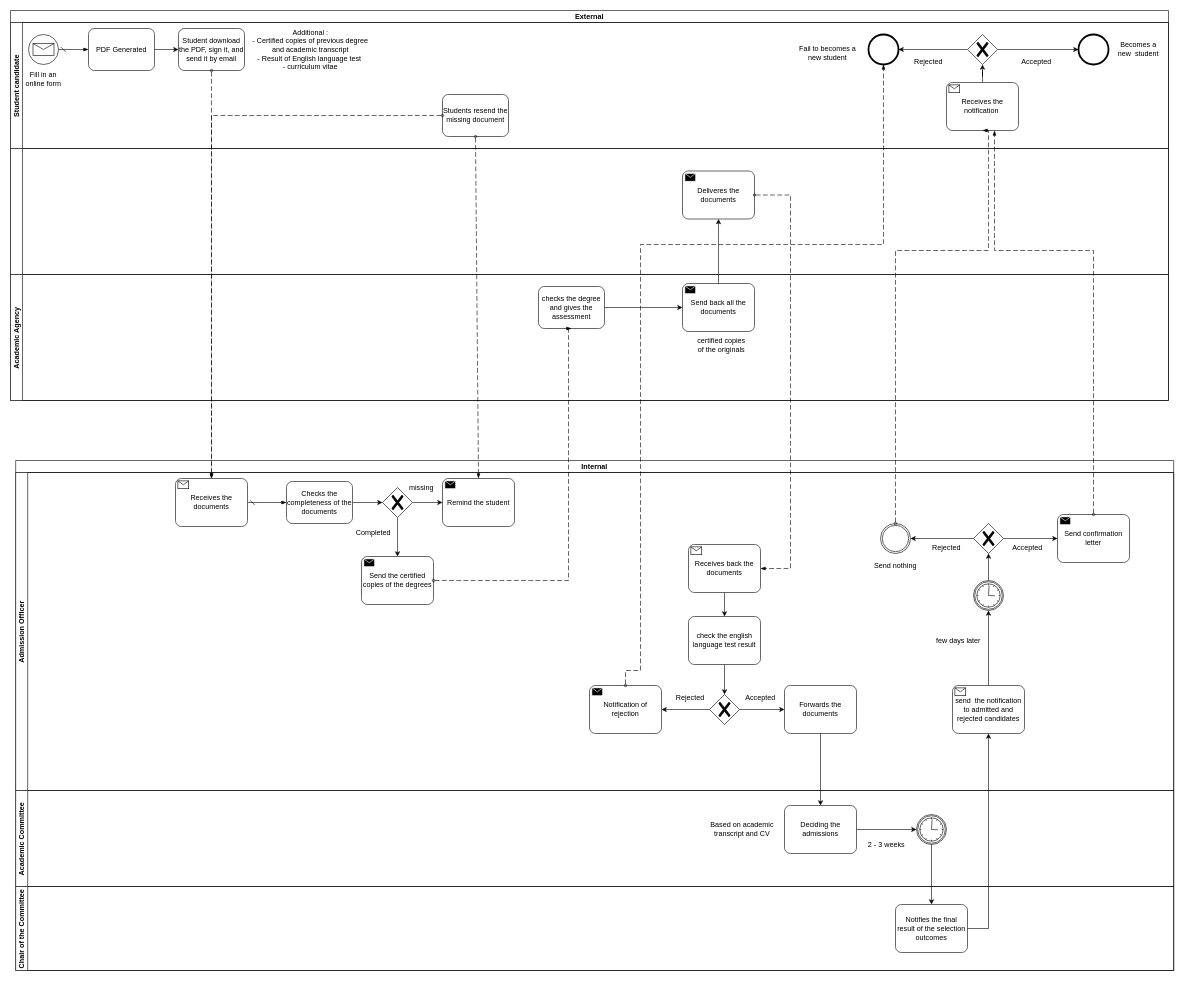
The draw.io diagram page "Redesign" (2 of 2) of Untitled Diagram.drawio in FricoSimon/BPMN, before the edit. Source tidied: cells renumbered, new cells numbered last; positions are measured from the earlier drawing's top-left corner, leaving out a move shared by most shapes. Both pictures are drawn from the tidied source at 60%, with x=0, y=0 at pixel (10, 10).
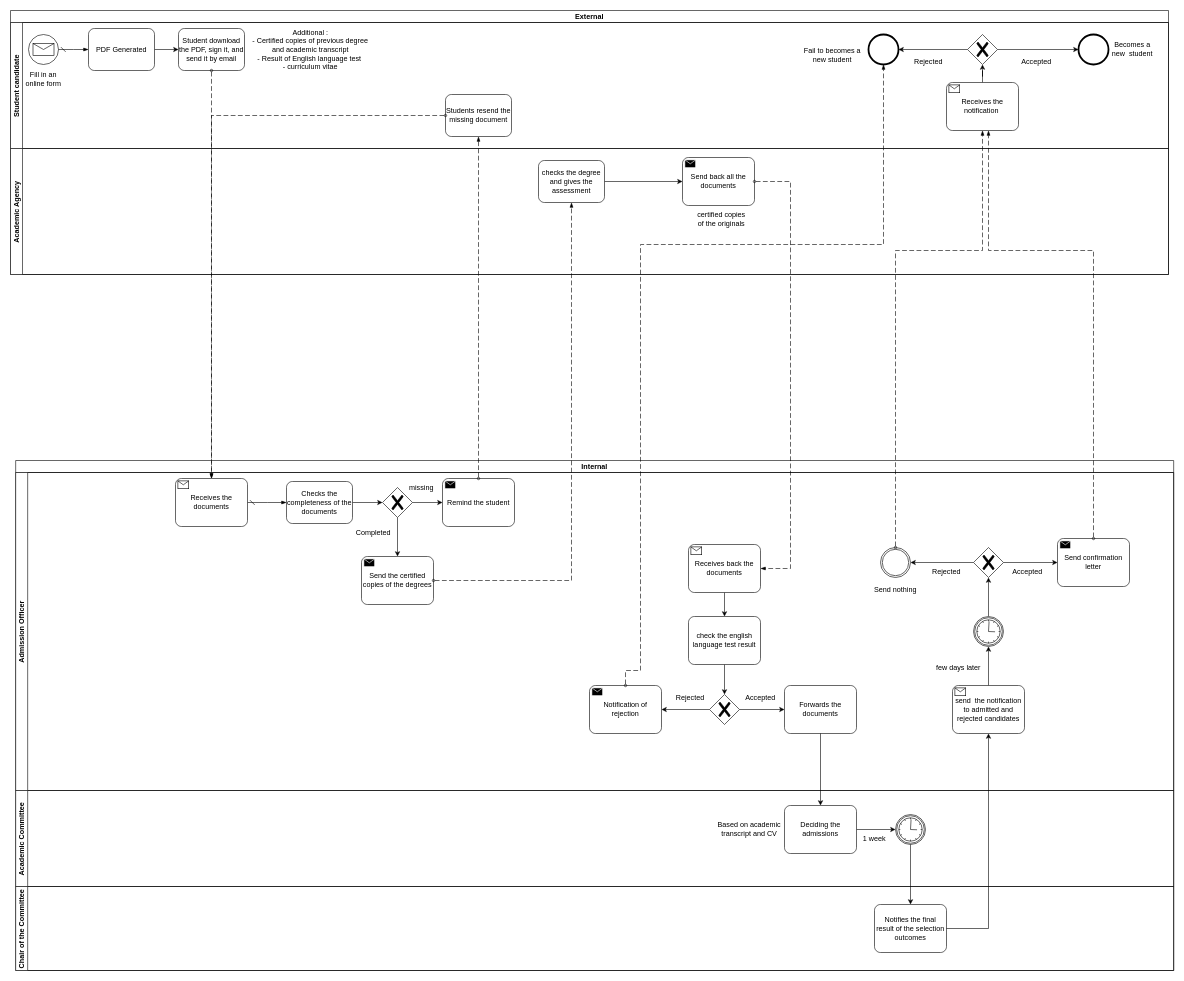
Above is the later version.

Commit message:
Final Redesign BPMN University

The change refers to these unchanged cells:
```xml
<mxCell id="3" value="Student candidate" style="swimlane;startSize=20;horizontal=0;" parent="2" vertex="1">
  <mxGeometry y="20" width="1930" height="210" as="geometry" />
</mxCell>
<mxCell id="13" value="Receives the notification " style="points=[[0.25,0,0],[0.5,0,0],[0.75,0,0],[1,0.25,0],[1,0.5,0],[1,0.75,0],[0.75,1,0],[0.5,1,0],[0.25,1,0],[0,0.75,0],[0,0.5,0],[0,0.25,0]];shape=mxgraph.bpmn.task;whiteSpace=wrap;rectStyle=rounded;size=10;taskMarker=receive;" parent="3" vertex="1">
  <mxGeometry x="1560" y="100" width="120" height="80" as="geometry" />
</mxCell>
<mxCell id="27" value="checks the degree and gives the assessment" style="points=[[0.25,0,0],[0.5,0,0],[0.75,0,0],[1,0.25,0],[1,0.5,0],[1,0.75,0],[0.75,1,0],[0.5,1,0],[0.25,1,0],[0,0.75,0],[0,0.5,0],[0,0.25,0]];shape=mxgraph.bpmn.task;whiteSpace=wrap;rectStyle=rounded;size=10;taskMarker=abstract;" parent="25" vertex="1">
  <mxGeometry x="880" y="20" width="110" height="70" as="geometry" />
</mxCell>
<mxCell id="28" value="Send back all the documents" style="points=[[0.25,0,0],[0.5,0,0],[0.75,0,0],[1,0.25,0],[1,0.5,0],[1,0.75,0],[0.75,1,0],[0.5,1,0],[0.25,1,0],[0,0.75,0],[0,0.5,0],[0,0.25,0]];shape=mxgraph.bpmn.task;whiteSpace=wrap;rectStyle=rounded;size=10;taskMarker=send;" parent="25" vertex="1">
  <mxGeometry x="1120" y="15" width="120" height="80" as="geometry" />
</mxCell>
<mxCell id="32" value="Admission Officer" style="swimlane;startSize=20;horizontal=0;" parent="31" vertex="1">
  <mxGeometry y="20" width="1930" height="530" as="geometry" />
</mxCell>
<mxCell id="40" value="Send the certified copies of the degrees" style="points=[[0.25,0,0],[0.5,0,0],[0.75,0,0],[1,0.25,0],[1,0.5,0],[1,0.75,0],[0.75,1,0],[0.5,1,0],[0.25,1,0],[0,0.75,0],[0,0.5,0],[0,0.25,0]];shape=mxgraph.bpmn.task;whiteSpace=wrap;rectStyle=rounded;size=10;taskMarker=send;" parent="32" vertex="1">
  <mxGeometry x="576.4" y="140" width="120" height="80" as="geometry" />
</mxCell>
<mxCell id="42" value="Remind the student" style="points=[[0.25,0,0],[0.5,0,0],[0.75,0,0],[1,0.25,0],[1,0.5,0],[1,0.75,0],[0.75,1,0],[0.5,1,0],[0.25,1,0],[0,0.75,0],[0,0.5,0],[0,0.25,0]];shape=mxgraph.bpmn.task;whiteSpace=wrap;rectStyle=rounded;size=10;taskMarker=send;" parent="32" vertex="1">
  <mxGeometry x="711.4" y="10" width="120" height="80" as="geometry" />
</mxCell>
<mxCell id="45" value="Receives back the documents" style="points=[[0.25,0,0],[0.5,0,0],[0.75,0,0],[1,0.25,0],[1,0.5,0],[1,0.75,0],[0.75,1,0],[0.5,1,0],[0.25,1,0],[0,0.75,0],[0,0.5,0],[0,0.25,0]];shape=mxgraph.bpmn.task;whiteSpace=wrap;rectStyle=rounded;size=10;taskMarker=receive;" parent="32" vertex="1">
  <mxGeometry x="1121.4" y="120" width="120" height="80" as="geometry" />
</mxCell>
<mxCell id="68" value="Academic Committee" style="swimlane;startSize=20;horizontal=0;" parent="31" vertex="1">
  <mxGeometry y="550" width="1930" height="160" as="geometry" />
</mxCell>
<mxCell id="74" value="Chair of the Committee" style="swimlane;startSize=20;horizontal=0;" parent="31" vertex="1">
  <mxGeometry y="710" width="1930" height="140" as="geometry" />
</mxCell>
```

The edit, as a diff of the source:
```diff
@@
     <mxCell id="2" value="External" style="swimlane;horizontal=1;startSize=20;" parent="1" vertex="1">
-      <mxGeometry width="1930" height="650" as="geometry" />
+      <mxGeometry width="1930" height="440" as="geometry" />
     </mxCell>
@@
     <mxCell id="11" value="Students resend the missing document" style="points=[[0.25,0,0],[0.5,0,0],[0.75,0,0],[1,0.25,0],[1,0.5,0],[1,0.75,0],[0.75,1,0],[0.5,1,0],[0.25,1,0],[0,0.75,0],[0,0.5,0],[0,0.25,0]];shape=mxgraph.bpmn.task;whiteSpace=wrap;rectStyle=rounded;size=10;taskMarker=abstract;" parent="3" vertex="1">
-      <mxGeometry x="720" y="120" width="110" height="70" as="geometry" />
+      <mxGeometry x="725" y="120" width="110" height="70" as="geometry" />
     </mxCell>
@@
     <mxCell id="19" value="Becomes a new&amp;nbsp; student" style="text;html=1;strokeColor=none;fillColor=none;align=center;verticalAlign=middle;whiteSpace=wrap;rounded=0;" parent="3" vertex="1">
-      <mxGeometry x="1840" y="30" width="80" height="30" as="geometry" />
+      <mxGeometry x="1830" y="30" width="80" height="30" as="geometry" />
     </mxCell>
@@
     <mxCell id="22" value="Fail to becomes a new student" style="text;html=1;strokeColor=none;fillColor=none;align=center;verticalAlign=middle;whiteSpace=wrap;rounded=0;" parent="3" vertex="1">
-      <mxGeometry x="1302" y="26" width="120" height="50" as="geometry" />
+      <mxGeometry x="1310" y="30" width="120" height="50" as="geometry" />
     </mxCell>
-    <mxCell id="23" style="swimlane;startSize=20;horizontal=0;" parent="2" vertex="1">
-      <mxGeometry y="230" width="1930" height="210" as="geometry" />
-    </mxCell>
-    <mxCell id="24" value="Deliveres the documents" style="points=[[0.25,0,0],[0.5,0,0],[0.75,0,0],[1,0.25,0],[1,0.5,0],[1,0.75,0],[0.75,1,0],[0.5,1,0],[0.25,1,0],[0,0.75,0],[0,0.5,0],[0,0.25,0]];shape=mxgraph.bpmn.task;whiteSpace=wrap;rectStyle=rounded;size=10;taskMarker=send;" parent="23" vertex="1">
-      <mxGeometry x="1120" y="37.5" width="120" height="80" as="geometry" />
-    </mxCell>
     <mxCell id="25" value="Academic Agency" style="swimlane;startSize=20;horizontal=0;" parent="2" vertex="1">
-      <mxGeometry y="440" width="1930" height="210" as="geometry" />
+      <mxGeometry y="230" width="1930" height="210" as="geometry" />
     </mxCell>
@@
-    <mxCell id="30" style="edgeStyle=orthogonalEdgeStyle;rounded=0;jettySize=auto;html=1;entryX=0.5;entryY=1;entryDx=0;entryDy=0;entryPerimeter=0;" parent="2" edge="1" source="28" target="24">
-      <mxGeometry relative="1" as="geometry" />
-    </mxCell>
@@
     <mxCell id="58" style="points=[[0.145,0.145,0],[0.5,0,0],[0.855,0.145,0],[1,0.5,0],[0.855,0.855,0],[0.5,1,0],[0.145,0.855,0],[0,0.5,0]];shape=mxgraph.bpmn.event;html=1;verticalLabelPosition=bottom;labelBackgroundColor=#ffffff;verticalAlign=top;align=center;perimeter=ellipsePerimeter;outlineConnect=0;outline=catching;symbol=timer;" parent="32" vertex="1">
-      <mxGeometry x="1596.4" y="180" width="50" height="50" as="geometry" />
+      <mxGeometry x="1596.4" y="240" width="50" height="50" as="geometry" />
     </mxCell>
     <mxCell id="59" value="few days later" style="text;html=1;strokeColor=none;fillColor=none;align=center;verticalAlign=middle;whiteSpace=wrap;rounded=0;" parent="32" vertex="1">
-      <mxGeometry x="1531.4" y="265" width="80" height="30" as="geometry" />
+      <mxGeometry x="1531.4" y="310" width="80" height="30" as="geometry" />
     </mxCell>
@@
     <mxCell id="62" style="points=[[0.145,0.145,0],[0.5,0,0],[0.855,0.145,0],[1,0.5,0],[0.855,0.855,0],[0.5,1,0],[0.145,0.855,0],[0,0.5,0]];shape=mxgraph.bpmn.event;html=1;verticalLabelPosition=bottom;labelBackgroundColor=#ffffff;verticalAlign=top;align=center;perimeter=ellipsePerimeter;outlineConnect=0;outline=throwing;symbol=general;" parent="32" vertex="1">
-      <mxGeometry x="1441.4" y="85" width="50" height="50" as="geometry" />
+      <mxGeometry x="1441.4" y="125" width="50" height="50" as="geometry" />
     </mxCell>
     <mxCell id="63" value="Rejected" style="text;html=1;strokeColor=none;fillColor=none;align=center;verticalAlign=middle;whiteSpace=wrap;rounded=0;" parent="32" vertex="1">
-      <mxGeometry x="1511.4" y="110" width="80" height="30" as="geometry" />
+      <mxGeometry x="1511.4" y="150" width="80" height="30" as="geometry" />
     </mxCell>
     <mxCell id="64" value="Send nothing" style="text;html=1;strokeColor=none;fillColor=none;align=center;verticalAlign=middle;whiteSpace=wrap;rounded=0;" parent="32" vertex="1">
-      <mxGeometry x="1426.4" y="140" width="80" height="30" as="geometry" />
+      <mxGeometry x="1426.4" y="180" width="80" height="30" as="geometry" />
     </mxCell>
     <mxCell id="65" value="Send confirmation letter" style="points=[[0.25,0,0],[0.5,0,0],[0.75,0,0],[1,0.25,0],[1,0.5,0],[1,0.75,0],[0.75,1,0],[0.5,1,0],[0.25,1,0],[0,0.75,0],[0,0.5,0],[0,0.25,0]];shape=mxgraph.bpmn.task;whiteSpace=wrap;rectStyle=rounded;size=10;taskMarker=send;" parent="32" vertex="1">
-      <mxGeometry x="1736.4" y="70" width="120" height="80" as="geometry" />
+      <mxGeometry x="1736.4" y="110" width="120" height="80" as="geometry" />
     </mxCell>
     <mxCell id="66" value="Accepted" style="text;html=1;strokeColor=none;fillColor=none;align=center;verticalAlign=middle;whiteSpace=wrap;rounded=0;" parent="32" vertex="1">
-      <mxGeometry x="1646.4" y="110" width="80" height="30" as="geometry" />
+      <mxGeometry x="1646.4" y="150" width="80" height="30" as="geometry" />
     </mxCell>
     <mxCell id="67" style="points=[[0.25,0.25,0],[0.5,0,0],[0.75,0.25,0],[1,0.5,0],[0.75,0.75,0],[0.5,1,0],[0.25,0.75,0],[0,0.5,0]];shape=mxgraph.bpmn.gateway2;html=1;verticalLabelPosition=bottom;labelBackgroundColor=#ffffff;verticalAlign=top;align=center;perimeter=rhombusPerimeter;outlineConnect=0;outline=none;symbol=none;gwType=exclusive;" parent="32" vertex="1">
-      <mxGeometry x="1596.4" y="85" width="50" height="50" as="geometry" />
+      <mxGeometry x="1596.4" y="125" width="50" height="50" as="geometry" />
     </mxCell>
@@
     <mxCell id="69" style="points=[[0.145,0.145,0],[0.5,0,0],[0.855,0.145,0],[1,0.5,0],[0.855,0.855,0],[0.5,1,0],[0.145,0.855,0],[0,0.5,0]];shape=mxgraph.bpmn.event;html=1;verticalLabelPosition=bottom;labelBackgroundColor=#ffffff;verticalAlign=top;align=center;perimeter=ellipsePerimeter;outlineConnect=0;outline=catching;symbol=timer;" parent="68" vertex="1">
-      <mxGeometry x="1501.4" y="40" width="50" height="50" as="geometry" />
+      <mxGeometry x="1466.4" y="40" width="50" height="50" as="geometry" />
     </mxCell>
@@
     <mxCell id="72" value="Based on academic transcript and CV" style="text;html=1;strokeColor=none;fillColor=none;align=center;verticalAlign=middle;whiteSpace=wrap;rounded=0;" parent="68" vertex="1">
-      <mxGeometry x="1151.4" y="35" width="118.6" height="60" as="geometry" />
+      <mxGeometry x="1162.9" y="35" width="118.6" height="60" as="geometry" />
     </mxCell>
-    <mxCell id="73" value="2 - 3 weeks" style="text;html=1;strokeColor=none;fillColor=none;align=center;verticalAlign=middle;whiteSpace=wrap;rounded=0;" parent="68" vertex="1">
-      <mxGeometry x="1411.4" y="75" width="80" height="30" as="geometry" />
+    <mxCell id="73" value="1 week" style="text;html=1;strokeColor=none;fillColor=none;align=center;verticalAlign=middle;whiteSpace=wrap;rounded=0;" parent="68" vertex="1">
+      <mxGeometry x="1391.4" y="65" width="80" height="30" as="geometry" />
     </mxCell>
@@
     <mxCell id="75" value="Notifies the final result of the selection outcomes" style="points=[[0.25,0,0],[0.5,0,0],[0.75,0,0],[1,0.25,0],[1,0.5,0],[1,0.75,0],[0.75,1,0],[0.5,1,0],[0.25,1,0],[0,0.75,0],[0,0.5,0],[0,0.25,0]];shape=mxgraph.bpmn.task;whiteSpace=wrap;rectStyle=rounded;size=10;taskMarker=abstract;" parent="74" vertex="1">
-      <mxGeometry x="1466.4" y="30" width="120" height="80" as="geometry" />
+      <mxGeometry x="1431.4" y="30" width="120" height="80" as="geometry" />
     </mxCell>
@@
-    <mxCell id="80" style="dashed=1;dashPattern=8 4;endArrow=blockThin;endFill=1;startArrow=oval;startFill=0;endSize=6;startSize=4;rounded=0;exitX=0.5;exitY=1;exitDx=0;exitDy=0;exitPerimeter=0;entryX=0.5;entryY=0;entryDx=0;entryDy=0;entryPerimeter=0;" parent="1" edge="1" source="11" target="42">
-      <mxGeometry relative="1" as="geometry" />
-    </mxCell>
-    <mxCell id="81" style="dashed=1;dashPattern=8 4;endArrow=blockThin;endFill=1;startArrow=oval;startFill=0;endSize=6;startSize=4;rounded=0;exitX=1;exitY=0.5;exitDx=0;exitDy=0;exitPerimeter=0;edgeStyle=orthogonalEdgeStyle;entryX=1;entryY=0.5;entryDx=0;entryDy=0;entryPerimeter=0;" parent="1" edge="1" source="24" target="45">
+    <mxCell id="81" style="dashed=1;dashPattern=8 4;endArrow=blockThin;endFill=1;startArrow=oval;startFill=0;endSize=6;startSize=4;rounded=0;exitX=1;exitY=0.5;exitDx=0;exitDy=0;exitPerimeter=0;edgeStyle=orthogonalEdgeStyle;entryX=1;entryY=0.5;entryDx=0;entryDy=0;entryPerimeter=0;" parent="1" edge="1" source="28" target="45">
       <mxGeometry relative="1" as="geometry">
         <Array as="points">
-          <mxPoint x="1300" y="308" />
+          <mxPoint x="1300" y="285" />
           <mxPoint x="1300" y="930" />
         </Array>
       </mxGeometry>
     </mxCell>
     <mxCell id="82" style="dashed=1;dashPattern=8 4;endArrow=blockThin;endFill=1;startArrow=oval;startFill=0;endSize=6;startSize=4;rounded=0;entryX=0.5;entryY=1;entryDx=0;entryDy=0;entryPerimeter=0;exitX=0.5;exitY=0;exitDx=0;exitDy=0;exitPerimeter=0;edgeStyle=orthogonalEdgeStyle;" parent="1" edge="1" source="62" target="13">
       <mxGeometry relative="1" as="geometry">
         <Array as="points">
           <mxPoint x="1475" y="400" />
-          <mxPoint x="1630" y="400" />
+          <mxPoint x="1620" y="400" />
         </Array>
       </mxGeometry>
     </mxCell>
@@
     <mxCell id="84" style="dashed=1;dashPattern=8 4;endArrow=blockThin;endFill=1;startArrow=oval;startFill=0;endSize=6;startSize=4;rounded=0;exitX=0.5;exitY=0;exitDx=0;exitDy=0;exitPerimeter=0;edgeStyle=orthogonalEdgeStyle;" parent="1" edge="1" source="65" target="13">
       <mxGeometry relative="1" as="geometry">
         <Array as="points">
           <mxPoint x="1805" y="400" />
-          <mxPoint x="1640" y="400" />
+          <mxPoint x="1630" y="400" />
         </Array>
       </mxGeometry>
     </mxCell>
@@
     <mxCell id="86" style="dashed=1;dashPattern=8 4;endArrow=blockThin;endFill=1;startArrow=oval;startFill=0;endSize=6;startSize=4;rounded=0;exitX=1;exitY=0.5;exitDx=0;exitDy=0;exitPerimeter=0;entryX=0.5;entryY=1;entryDx=0;entryDy=0;entryPerimeter=0;edgeStyle=orthogonalEdgeStyle;" parent="1" edge="1" source="40" target="27">
       <mxGeometry relative="1" as="geometry">
         <Array as="points">
-          <mxPoint x="930" y="950" />
-          <mxPoint x="930" y="530" />
+          <mxPoint x="935" y="950" />
         </Array>
       </mxGeometry>
     </mxCell>
+    <mxCell id="87" style="dashed=1;dashPattern=8 4;endArrow=blockThin;endFill=1;startArrow=oval;startFill=0;endSize=6;startSize=4;rounded=0;exitX=0.5;exitY=0;exitDx=0;exitDy=0;exitPerimeter=0;entryX=0.5;entryY=1;entryDx=0;entryDy=0;entryPerimeter=0;" parent="1" edge="1" source="42" target="11">
+      <mxGeometry relative="1" as="geometry" />
+    </mxCell>
```
